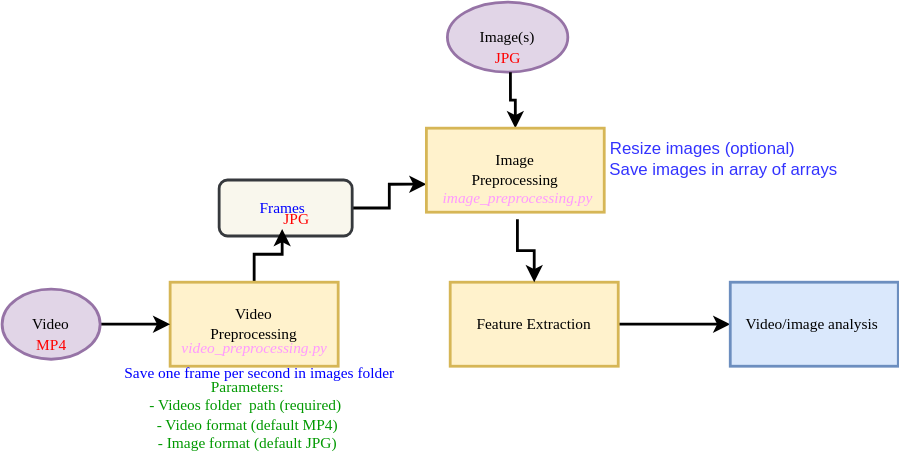
Before: System Pipeline.drawio.svg, a diagram exported from draw.io (simulamet-host/video_analytics). Source tidied: cells renumbered, new cells last; positions are measured from the earlier drawing's top-left corner, leaving out a move shared by most shapes.
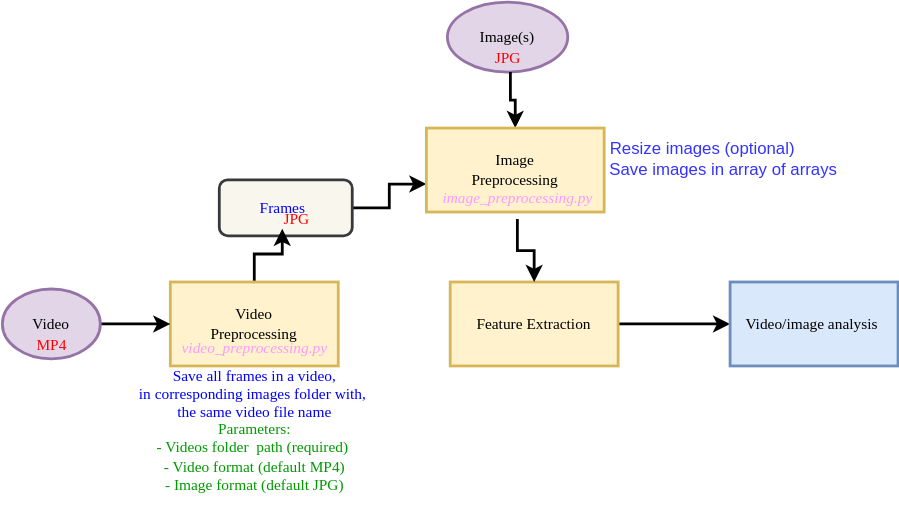
After the commit.

Commit message:
update the system pipeline view

Diff of the diagram source:
```diff
@@ -35,8 +35,8 @@
     <mxCell id="12" value="&lt;font color=&quot;#ff0000&quot; style=&quot;font-size: 11px;&quot;&gt;MP4&lt;/font&gt;" style="text;html=1;align=center;verticalAlign=middle;strokeColor=none;fillColor=none;fontFamily=Comic Sans MS;strokeWidth=2;fontSize=11;" parent="1" vertex="1">
       <mxGeometry x="10" y="230" width="50" height="30" as="geometry" />
     </mxCell>
-    <mxCell id="13" value="&lt;font color=&quot;#0000ff&quot; style=&quot;font-size: 11px;&quot;&gt;Save one frame per second in images folder&amp;nbsp;&lt;/font&gt;" style="text;html=1;align=center;verticalAlign=middle;strokeColor=none;fillColor=none;fontSize=11;fontFamily=Times New Roman;fontColor=#FF0000;strokeWidth=2;" parent="1" vertex="1">
-      <mxGeometry x="75" y="250" width="220" height="30" as="geometry" />
+    <mxCell id="13" value="&lt;font color=&quot;#0000ff&quot; style=&quot;font-size: 11px;&quot;&gt;Save all frames in a video,&lt;br&gt;in corresponding images folder with,&amp;nbsp;&lt;br&gt;&amp;nbsp;the same video file name&amp;nbsp;&lt;/font&gt;" style="text;html=1;align=center;verticalAlign=middle;strokeColor=none;fillColor=none;fontSize=11;fontFamily=Times New Roman;fontColor=#FF0000;strokeWidth=2;" parent="1" vertex="1">
+      <mxGeometry x="85" y="255" width="190" height="50" as="geometry" />
     </mxCell>
     <mxCell id="14" value="&lt;font color=&quot;#ff0000&quot; style=&quot;font-size: 11px;&quot;&gt;JPG&lt;/font&gt;" style="text;html=1;align=center;verticalAlign=middle;strokeColor=none;fillColor=none;fontFamily=Comic Sans MS;strokeWidth=2;fontSize=11;" parent="1" vertex="1">
       <mxGeometry x="190" y="140" width="40" height="30" as="geometry" />
@@ -56,7 +56,7 @@
       <mxGeometry x="110" y="232" width="140" height="30" as="geometry" />
     </mxCell>
     <mxCell id="19" value="Parameters:&lt;br style=&quot;font-size: 11px;&quot;&gt;- Videos folder&amp;nbsp; path (required)&amp;nbsp;&lt;br style=&quot;font-size: 11px;&quot;&gt;- Video format (default MP4)&lt;br style=&quot;font-size: 11px;&quot;&gt;- Image format (default JPG)" style="text;html=1;align=center;verticalAlign=middle;strokeColor=none;fillColor=none;fontSize=11;fontFamily=Georgia;fontColor=#009900;strokeWidth=2;" parent="1" vertex="1">
-      <mxGeometry x="85" y="260" width="180" height="70" as="geometry" />
+      <mxGeometry x="90" y="290" width="180" height="70" as="geometry" />
     </mxCell>
     <mxCell id="20" value="Image&lt;br style=&quot;font-size: 11px;&quot;&gt;Preprocessing" style="rounded=0;whiteSpace=wrap;html=1;fontFamily=Times New Roman;fillColor=#fff2cc;strokeColor=#d6b656;strokeWidth=2;fontSize=11;" parent="1" vertex="1">
       <mxGeometry x="303" y="90" width="127" height="60" as="geometry" />
```
